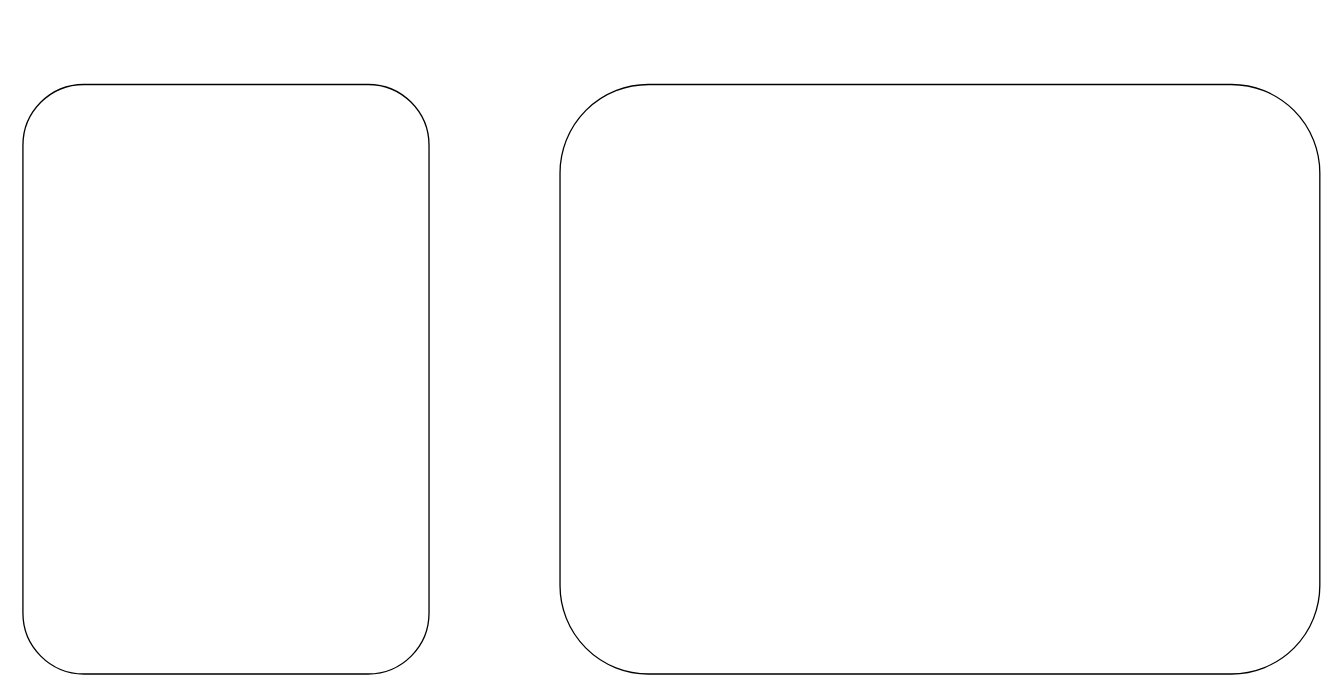
Before: Kubernetes-Cluster.drawio in unalsayar/Drawings, a draw.io diagram. Source tidied: cells renumbered, new cells numbered last; positions are measured from the earlier drawing's top-left corner, leaving out a move shared by most shapes. Both pictures are drawn from the tidied source at 131%, with x=0, y=0 at pixel (22, 84).
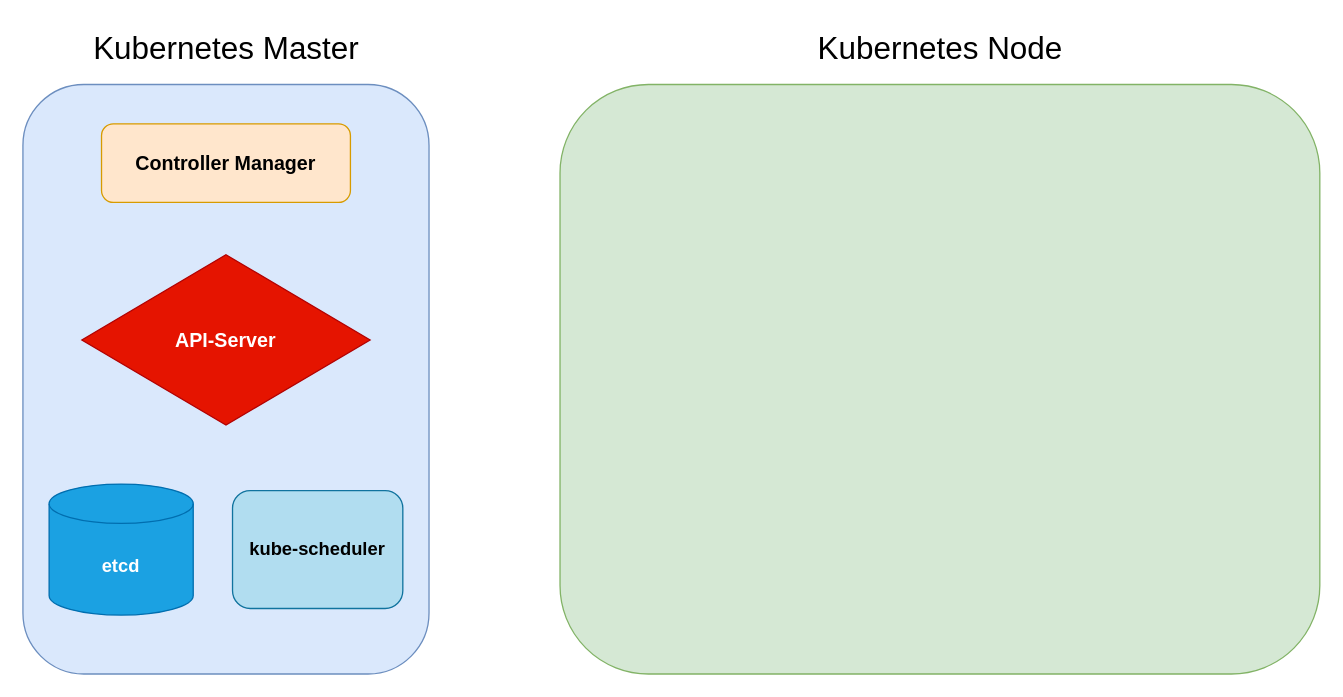
After the change.

The edit, as a diff of the source:
```diff
@@
 <mxGraphModel>
   <root>
     <mxCell id="0" />
     <mxCell id="1" parent="0" />
-    <mxCell id="2" style="rounded=1;whiteSpace=wrap;html=1;" parent="1" vertex="1">
+    <mxCell id="2" style="rounded=1;whiteSpace=wrap;html=1;fillColor=#dae8fc;strokeColor=#6c8ebf;" parent="1" vertex="1">
       <mxGeometry width="310" height="450" as="geometry" />
     </mxCell>
-    <mxCell id="3" style="rounded=1;whiteSpace=wrap;html=1;" parent="1" vertex="1">
+    <mxCell id="3" style="rounded=1;whiteSpace=wrap;html=1;fillColor=#d5e8d4;strokeColor=#82b366;" parent="1" vertex="1">
       <mxGeometry x="410" width="580" height="450" as="geometry" />
     </mxCell>
+    <mxCell id="4" value="&lt;font style=&quot;font-size: 24px;&quot;&gt;Kubernetes Master&lt;/font&gt;" style="text;html=1;align=center;verticalAlign=middle;strokeColor=none;fillColor=none;strokeWidth=6;" parent="1" vertex="1">
+      <mxGeometry x="40" y="-47" width="230" height="40" as="geometry" />
+    </mxCell>
+    <mxCell id="5" value="&lt;font style=&quot;font-size: 24px;&quot;&gt;Kubernetes Node&lt;/font&gt;" style="text;html=1;align=center;verticalAlign=middle;strokeColor=none;fillColor=none;strokeWidth=6;" parent="1" vertex="1">
+      <mxGeometry x="595" y="-47" width="210" height="40" as="geometry" />
+    </mxCell>
+    <mxCell id="6" value="&lt;font style=&quot;font-size: 14px;&quot;&gt;&lt;b&gt;etcd&lt;/b&gt;&lt;/font&gt;" style="shape=cylinder3;whiteSpace=wrap;html=1;boundedLbl=1;backgroundOutline=1;size=15;fillColor=#1ba1e2;fontColor=#ffffff;strokeColor=#006EAF;" parent="1" vertex="1">
+      <mxGeometry x="20" y="305" width="110" height="100" as="geometry" />
+    </mxCell>
+    <mxCell id="7" value="&lt;font style=&quot;font-size: 14px;&quot;&gt;&lt;b&gt;kube-scheduler&lt;/b&gt;&lt;/font&gt;" style="rounded=1;whiteSpace=wrap;html=1;fillColor=#b1ddf0;strokeColor=#10739e;" parent="1" vertex="1">
+      <mxGeometry x="160" y="310" width="130" height="90" as="geometry" />
+    </mxCell>
+    <mxCell id="8" value="&lt;font style=&quot;font-size: 15px;&quot;&gt;&lt;b&gt;API-Server&lt;/b&gt;&lt;/font&gt;" style="rhombus;whiteSpace=wrap;html=1;fillColor=#e51400;fontColor=#ffffff;strokeColor=#B20000;" parent="1" vertex="1">
+      <mxGeometry x="45" y="130" width="220" height="130" as="geometry" />
+    </mxCell>
+    <mxCell id="9" value="&lt;font style=&quot;font-size: 15px;&quot;&gt;&lt;b&gt;Controller Manager&lt;/b&gt;&lt;/font&gt;" style="rounded=1;whiteSpace=wrap;html=1;fillColor=#ffe6cc;strokeColor=#d79b00;" parent="1" vertex="1">
+      <mxGeometry x="60" y="30" width="190" height="60" as="geometry" />
+    </mxCell>
   </root>
 </mxGraphModel>
```
